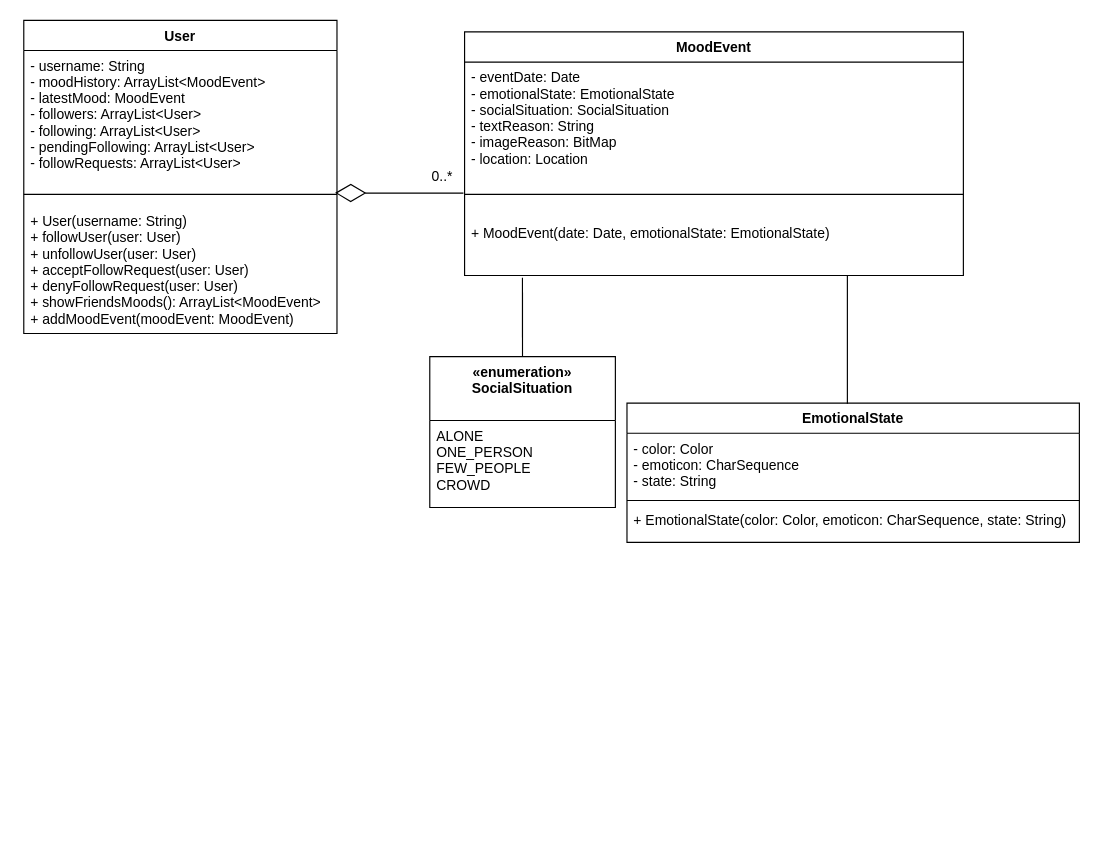
This is uml_diagram/diagram.drawio from CMPUT301F19T25/0.8XEng, a draw.io file, before an edit. Source tidied: cells renumbered, new cells numbered last; positions are measured from the earlier drawing's top-left corner, leaving out a move shared by most shapes. Both pictures are drawn from the tidied source at 116%, with x=0, y=0 at pixel (23, 20).
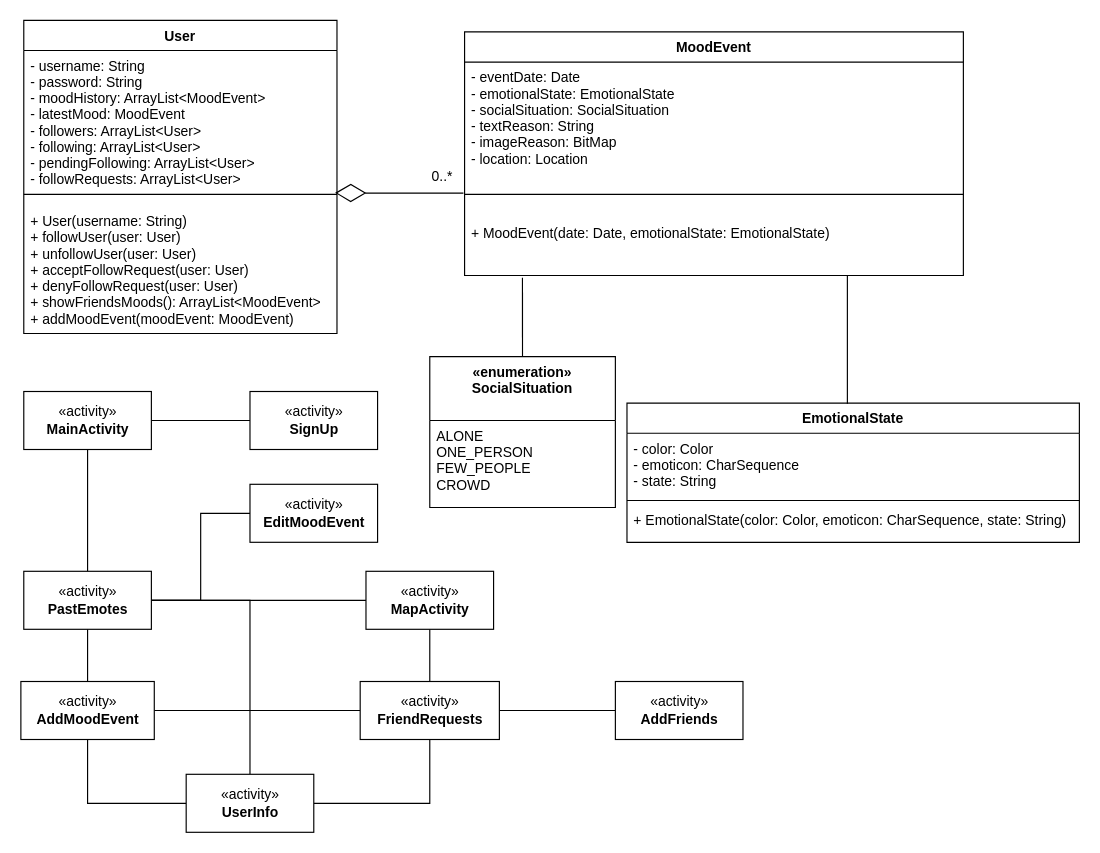
After the change.

The change refers to these unchanged cells:
```xml
<mxCell id="10" value="User" style="swimlane;fontStyle=1;align=center;verticalAlign=top;horizontal=1;startSize=26;" parent="1" vertex="1">
  <mxGeometry width="270" height="270" as="geometry" />
</mxCell>
```

Change to the diagram source:
```diff
@@
-    <mxCell id="11" value="- username: String&#10;- moodHistory: ArrayList&lt;MoodEvent&gt;&#10;- latestMood: MoodEvent&#10;- followers: ArrayList&lt;User&gt;&#10;- following: ArrayList&lt;User&gt;&#10;- pendingFollowing: ArrayList&lt;User&gt;&#10;- followRequests: ArrayList&lt;User&gt;" style="text;strokeColor=none;fillColor=none;align=left;verticalAlign=top;spacingLeft=4;spacingRight=4;overflow=hidden;" parent="10" vertex="1">
+    <mxCell id="11" value="- username: String&#10;- password: String&#10;- moodHistory: ArrayList&lt;MoodEvent&gt;&#10;- latestMood: MoodEvent&#10;- followers: ArrayList&lt;User&gt;&#10;- following: ArrayList&lt;User&gt;&#10;- pendingFollowing: ArrayList&lt;User&gt;&#10;- followRequests: ArrayList&lt;User&gt;" style="text;strokeColor=none;fillColor=none;align=left;verticalAlign=top;spacingLeft=4;spacingRight=4;overflow=hidden;" parent="10" vertex="1">
       <mxGeometry y="26" width="270" height="114" as="geometry" />
     </mxCell>
@@
+    <mxCell id="20" style="edgeStyle=orthogonalEdgeStyle;rounded=0;jettySize=auto;html=1;endArrow=none;endFill=0;" parent="1" edge="1" source="22" target="23">
+      <mxGeometry relative="1" as="geometry" />
+    </mxCell>
+    <mxCell id="21" style="edgeStyle=orthogonalEdgeStyle;rounded=0;jettySize=auto;html=1;entryX=0.5;entryY=0;entryDx=0;entryDy=0;endArrow=none;endFill=0;" parent="1" edge="1" source="22" target="33">
+      <mxGeometry relative="1" as="geometry" />
+    </mxCell>
+    <mxCell id="22" value="«activity»&lt;br&gt;&lt;b&gt;MainActivity&lt;/b&gt;" style="html=1;" parent="1" vertex="1">
+      <mxGeometry y="320" width="110" height="50" as="geometry" />
+    </mxCell>
+    <mxCell id="23" value="«activity»&lt;br&gt;&lt;b&gt;SignUp&lt;/b&gt;" style="html=1;" parent="1" vertex="1">
+      <mxGeometry x="195" y="320" width="110" height="50" as="geometry" />
+    </mxCell>
+    <mxCell id="24" style="edgeStyle=orthogonalEdgeStyle;rounded=0;jettySize=auto;html=1;entryX=0;entryY=0.5;entryDx=0;entryDy=0;endArrow=none;endFill=0;" parent="1" edge="1" source="26" target="39">
+      <mxGeometry relative="1" as="geometry">
+        <Array as="points">
+          <mxPoint x="55" y="675" />
+        </Array>
+      </mxGeometry>
+    </mxCell>
+    <mxCell id="25" style="edgeStyle=orthogonalEdgeStyle;rounded=0;jettySize=auto;html=1;endArrow=none;endFill=0;" parent="1" edge="1" source="26" target="28">
+      <mxGeometry relative="1" as="geometry" />
+    </mxCell>
+    <mxCell id="26" value="«activity»&lt;br&gt;&lt;b&gt;AddMoodEvent&lt;/b&gt;" style="html=1;" parent="1" vertex="1">
+      <mxGeometry x="-2.5" y="570" width="115" height="50" as="geometry" />
+    </mxCell>
+    <mxCell id="27" style="edgeStyle=orthogonalEdgeStyle;rounded=0;jettySize=auto;html=1;endArrow=none;endFill=0;" parent="1" edge="1" source="28" target="37">
+      <mxGeometry relative="1" as="geometry" />
+    </mxCell>
+    <mxCell id="28" value="«activity»&lt;br&gt;&lt;b&gt;FriendRequests&lt;/b&gt;" style="html=1;" parent="1" vertex="1">
+      <mxGeometry x="290" y="570" width="120" height="50" as="geometry" />
+    </mxCell>
+    <mxCell id="29" style="edgeStyle=orthogonalEdgeStyle;rounded=0;jettySize=auto;html=1;endArrow=none;endFill=0;" parent="1" edge="1" source="33" target="26">
+      <mxGeometry relative="1" as="geometry" />
+    </mxCell>
+    <mxCell id="30" style="edgeStyle=orthogonalEdgeStyle;rounded=0;jettySize=auto;html=1;entryX=0;entryY=0.5;entryDx=0;entryDy=0;endArrow=none;endFill=0;" parent="1" edge="1" source="33" target="35">
+      <mxGeometry relative="1" as="geometry" />
+    </mxCell>
+    <mxCell id="31" style="edgeStyle=orthogonalEdgeStyle;rounded=0;jettySize=auto;html=1;entryX=0;entryY=0.5;entryDx=0;entryDy=0;endArrow=none;endFill=0;" parent="1" edge="1" source="33" target="36">
+      <mxGeometry relative="1" as="geometry" />
+    </mxCell>
+    <mxCell id="32" style="edgeStyle=orthogonalEdgeStyle;rounded=0;jettySize=auto;html=1;endArrow=none;endFill=0;" parent="1" edge="1" source="33" target="39">
+      <mxGeometry relative="1" as="geometry" />
+    </mxCell>
+    <mxCell id="33" value="«activity»&lt;br&gt;&lt;b&gt;PastEmotes&lt;/b&gt;" style="html=1;" parent="1" vertex="1">
+      <mxGeometry y="475" width="110" height="50" as="geometry" />
+    </mxCell>
+    <mxCell id="34" style="edgeStyle=orthogonalEdgeStyle;rounded=0;jettySize=auto;html=1;endArrow=none;endFill=0;" parent="1" edge="1" source="35" target="28">
+      <mxGeometry relative="1" as="geometry" />
+    </mxCell>
+    <mxCell id="35" value="«activity»&lt;br&gt;&lt;b&gt;MapActivity&lt;/b&gt;" style="html=1;" parent="1" vertex="1">
+      <mxGeometry x="295" y="475" width="110" height="50" as="geometry" />
+    </mxCell>
+    <mxCell id="36" value="«activity»&lt;br&gt;&lt;b&gt;EditMoodEvent&lt;/b&gt;" style="html=1;" parent="1" vertex="1">
+      <mxGeometry x="195" y="400" width="110" height="50" as="geometry" />
+    </mxCell>
+    <mxCell id="37" value="«activity»&lt;br&gt;&lt;b&gt;AddFriends&lt;/b&gt;" style="html=1;" parent="1" vertex="1">
+      <mxGeometry x="510" y="570" width="110" height="50" as="geometry" />
+    </mxCell>
+    <mxCell id="38" style="edgeStyle=orthogonalEdgeStyle;rounded=0;jettySize=auto;html=1;entryX=0.5;entryY=1;entryDx=0;entryDy=0;endArrow=none;endFill=0;" parent="1" edge="1" source="39" target="28">
+      <mxGeometry relative="1" as="geometry" />
+    </mxCell>
+    <mxCell id="39" value="«activity»&lt;br&gt;&lt;b&gt;UserInfo&lt;/b&gt;" style="html=1;" parent="1" vertex="1">
+      <mxGeometry x="140" y="650" width="110" height="50" as="geometry" />
+    </mxCell>
```
